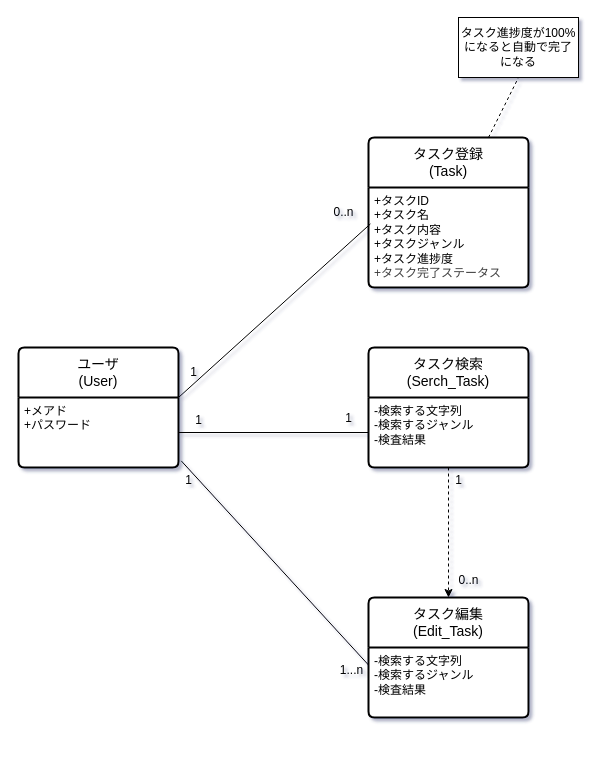
Before: DDD図/3-1 ドメインモデル図(クラスになる).drawio in OMOCHInoHOSHI/2025-ToDoapp, a draw.io diagram. Source tidied: cells renumbered, new cells numbered last; positions are measured from the earlier drawing's top-left corner, leaving out a move shared by most shapes. Both pictures are drawn from the tidied source at 100%, with x=0, y=0 at pixel (18, 17).
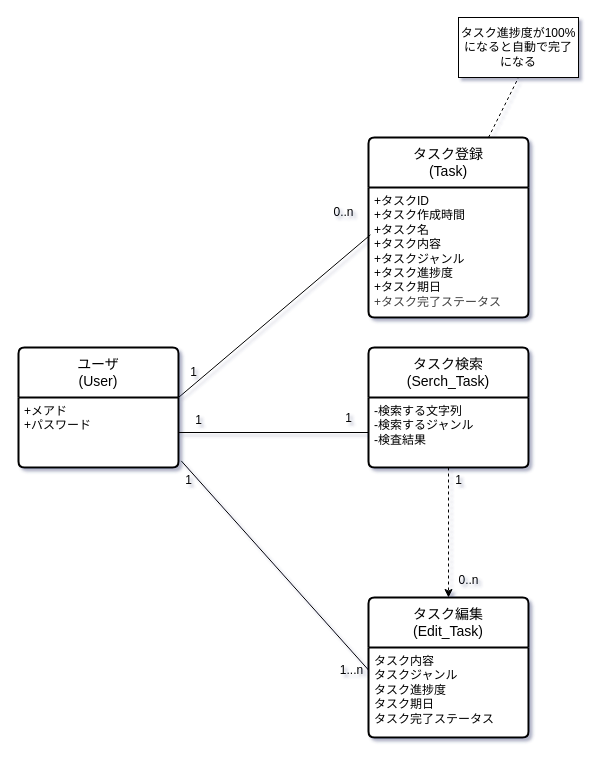
The same diagram, later.

Commit message:
(ドメインモデル図更新)

Diff of the diagram source:
```diff
@@
     <mxCell id="2" value="タスク登録&lt;br&gt;(Task)" style="swimlane;horizontal=1;startSize=50;rounded=1;fontSize=14;fontStyle=0;strokeWidth=2;shadow=0;dashed=0;align=center;arcSize=4;whiteSpace=wrap;html=1;swimlaneFillColor=default;" parent="1" vertex="1">
-      <mxGeometry x="350" y="120" width="160" height="150" as="geometry" />
+      <mxGeometry x="350" y="120" width="160" height="180" as="geometry" />
     </mxCell>
-    <mxCell id="3" value="&lt;div&gt;+タスクID&lt;/div&gt;+タスク名&lt;div&gt;+タスク内容&lt;/div&gt;&lt;div&gt;+タスクジャンル&lt;/div&gt;&lt;div&gt;+タスク進捗度&lt;/div&gt;&lt;div&gt;&lt;span style=&quot;color: rgb(63, 63, 63);&quot;&gt;+タスク完了ステータス&lt;/span&gt;&lt;/div&gt;" style="align=left;strokeColor=none;fillColor=none;spacingLeft=4;fontSize=12;verticalAlign=top;html=1;" parent="2" vertex="1">
-      <mxGeometry y="50" width="160" height="100" as="geometry" />
+    <mxCell id="3" value="&lt;div&gt;+タスクID&lt;/div&gt;&lt;div&gt;+タスク作成時間&lt;/div&gt;+タスク名&lt;div&gt;+タスク内容&lt;/div&gt;&lt;div&gt;+タスクジャンル&lt;/div&gt;&lt;div&gt;+タスク進捗度&lt;/div&gt;&lt;div&gt;+タスク期日&lt;/div&gt;&lt;div&gt;&lt;span style=&quot;color: rgb(63, 63, 63);&quot;&gt;+タスク完了ステータス&lt;/span&gt;&lt;/div&gt;" style="align=left;strokeColor=none;fillColor=none;spacingLeft=4;fontSize=12;verticalAlign=top;html=1;" parent="2" vertex="1">
+      <mxGeometry y="50" width="160" height="130" as="geometry" />
     </mxCell>
@@
     <mxCell id="16" value="タスク編集&lt;div&gt;(Edit_Task)&lt;/div&gt;" style="swimlane;horizontal=1;startSize=50;rounded=1;fontSize=14;fontStyle=0;strokeWidth=2;shadow=0;dashed=0;align=center;arcSize=4;whiteSpace=wrap;html=1;swimlaneFillColor=default;" parent="1" vertex="1">
-      <mxGeometry x="350" y="580" width="160" height="120" as="geometry" />
+      <mxGeometry x="350" y="580" width="160" height="140" as="geometry" />
     </mxCell>
-    <mxCell id="17" value="&lt;div&gt;-検索する文字列&lt;/div&gt;&lt;div&gt;-検索するジャンル&lt;/div&gt;-検査結果&lt;div&gt;&lt;br&gt;&lt;/div&gt;" style="align=left;strokeColor=none;fillColor=none;spacingLeft=4;fontSize=12;verticalAlign=top;html=1;" parent="16" vertex="1">
-      <mxGeometry y="50" width="160" height="70" as="geometry" />
+    <mxCell id="17" value="&lt;div&gt;タスク内容&lt;/div&gt;&lt;div&gt;タスクジャンル&lt;/div&gt;&lt;div&gt;タスク進捗度&lt;/div&gt;&lt;div&gt;タスク期日&lt;/div&gt;&lt;div&gt;タスク完了ステータス&lt;/div&gt;" style="align=left;strokeColor=none;fillColor=none;spacingLeft=4;fontSize=12;verticalAlign=top;html=1;" parent="16" vertex="1">
+      <mxGeometry y="50" width="160" height="90" as="geometry" />
     </mxCell>
```
